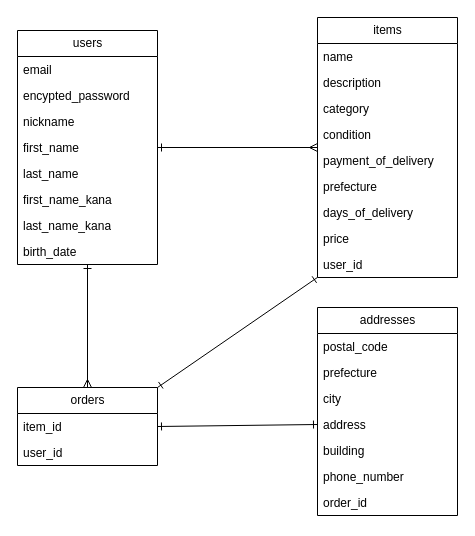
nakamu26/furima-39179 keeps this draw.io diagram as ER.dio. Above is the earlier version. Source tidied: cells renumbered, new cells numbered last; positions are measured from the earlier drawing's top-left corner, leaving out a move shared by most shapes. Both pictures are drawn from the tidied source at 100%, with x=0, y=0 at pixel (17, 17).
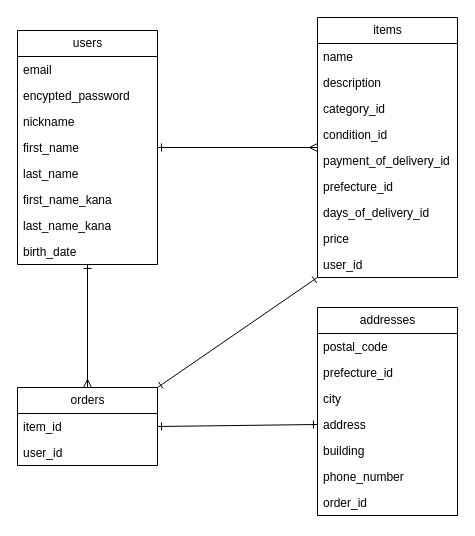
Above is the later version.

The change refers to these unchanged cells:
```xml
<mxCell id="12" value="items" style="swimlane;fontStyle=0;horizontal=1;startSize=26;fillColor=none;html=1;" parent="1" vertex="1">
  <mxGeometry x="300" width="140" height="260" as="geometry" />
</mxCell>
<mxCell id="27" value="addresses" style="swimlane;fontStyle=0;horizontal=1;startSize=26;fillColor=none;html=1;" parent="1" vertex="1">
  <mxGeometry x="300" y="290" width="140" height="208" as="geometry" />
</mxCell>
```

Change to the diagram source:
```diff
@@
-    <mxCell id="15" value="category" style="text;strokeColor=none;fillColor=none;align=left;verticalAlign=top;spacingLeft=4;spacingRight=4;overflow=hidden;whiteSpace=wrap;html=1;" parent="12" vertex="1">
+    <mxCell id="15" value="category_id" style="text;strokeColor=none;fillColor=none;align=left;verticalAlign=top;spacingLeft=4;spacingRight=4;overflow=hidden;whiteSpace=wrap;html=1;" parent="12" vertex="1">
       <mxGeometry y="78" width="140" height="26" as="geometry" />
     </mxCell>
-    <mxCell id="16" value="condition" style="text;strokeColor=none;fillColor=none;align=left;verticalAlign=top;spacingLeft=4;spacingRight=4;overflow=hidden;whiteSpace=wrap;html=1;" parent="12" vertex="1">
+    <mxCell id="16" value="condition_id" style="text;strokeColor=none;fillColor=none;align=left;verticalAlign=top;spacingLeft=4;spacingRight=4;overflow=hidden;whiteSpace=wrap;html=1;" parent="12" vertex="1">
       <mxGeometry y="104" width="140" height="26" as="geometry" />
     </mxCell>
-    <mxCell id="17" value="payment_of_delivery" style="text;strokeColor=none;fillColor=none;align=left;verticalAlign=top;spacingLeft=4;spacingRight=4;overflow=hidden;whiteSpace=wrap;html=1;" parent="12" vertex="1">
+    <mxCell id="17" value="payment_of_delivery_id" style="text;strokeColor=none;fillColor=none;align=left;verticalAlign=top;spacingLeft=4;spacingRight=4;overflow=hidden;whiteSpace=wrap;html=1;" parent="12" vertex="1">
       <mxGeometry y="130" width="140" height="26" as="geometry" />
     </mxCell>
-    <mxCell id="18" value="prefecture" style="text;strokeColor=none;fillColor=none;align=left;verticalAlign=top;spacingLeft=4;spacingRight=4;overflow=hidden;whiteSpace=wrap;html=1;" parent="12" vertex="1">
+    <mxCell id="18" value="prefecture_id" style="text;strokeColor=none;fillColor=none;align=left;verticalAlign=top;spacingLeft=4;spacingRight=4;overflow=hidden;whiteSpace=wrap;html=1;" parent="12" vertex="1">
       <mxGeometry y="156" width="140" height="26" as="geometry" />
     </mxCell>
-    <mxCell id="19" value="days_of_delivery" style="text;strokeColor=none;fillColor=none;align=left;verticalAlign=top;spacingLeft=4;spacingRight=4;overflow=hidden;whiteSpace=wrap;html=1;" parent="12" vertex="1">
+    <mxCell id="19" value="days_of_delivery_id" style="text;strokeColor=none;fillColor=none;align=left;verticalAlign=top;spacingLeft=4;spacingRight=4;overflow=hidden;whiteSpace=wrap;html=1;" parent="12" vertex="1">
       <mxGeometry y="182" width="140" height="26" as="geometry" />
     </mxCell>
@@
-    <mxCell id="29" value="prefecture" style="text;strokeColor=none;fillColor=none;align=left;verticalAlign=top;spacingLeft=4;spacingRight=4;overflow=hidden;whiteSpace=wrap;html=1;" parent="27" vertex="1">
+    <mxCell id="29" value="prefecture_id" style="text;strokeColor=none;fillColor=none;align=left;verticalAlign=top;spacingLeft=4;spacingRight=4;overflow=hidden;whiteSpace=wrap;html=1;" parent="27" vertex="1">
       <mxGeometry y="52" width="140" height="26" as="geometry" />
     </mxCell>
```
